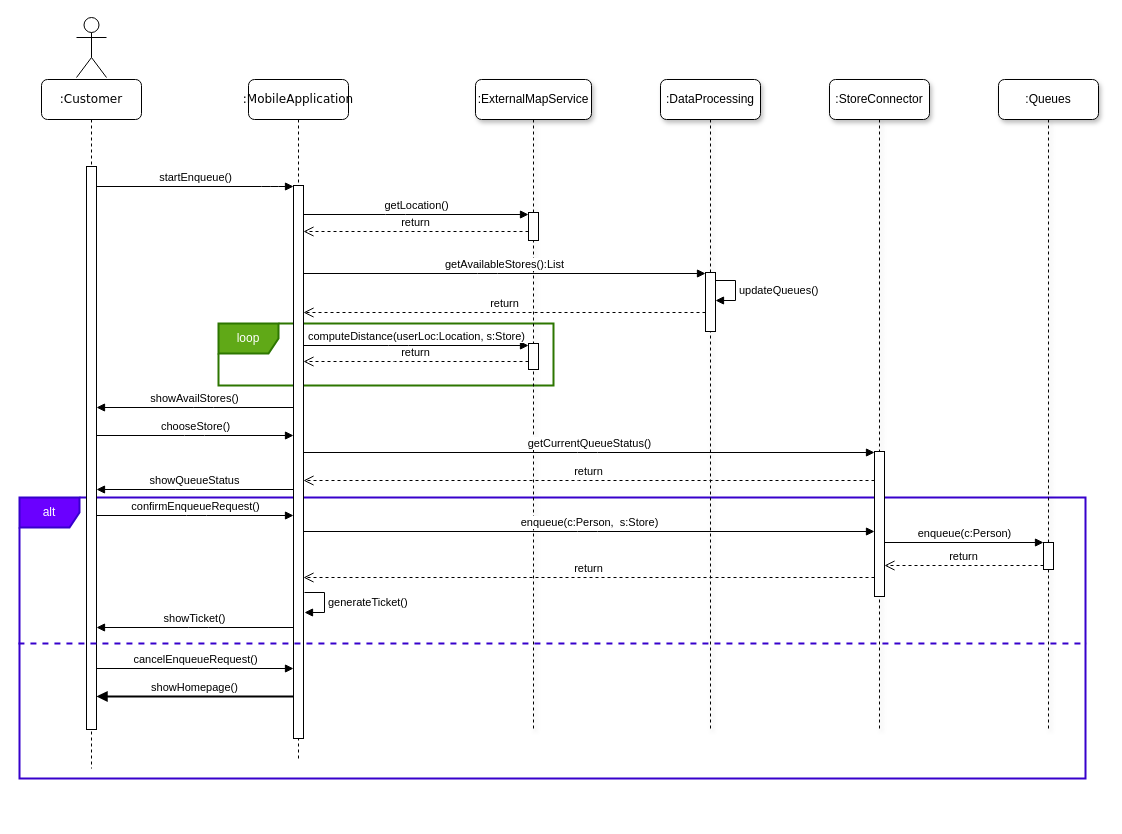
This is Diagrams/Sequence/sequence_customer_enqueue.drawio from pollo-fritto/PozziNeroniVetere, a draw.io file, before an edit. Source tidied: cells renumbered, new cells numbered last; positions are measured from the earlier drawing's top-left corner, leaving out a move shared by most shapes. Both pictures are drawn from the tidied source at 100%, with x=0, y=0 at pixel (19, 17).
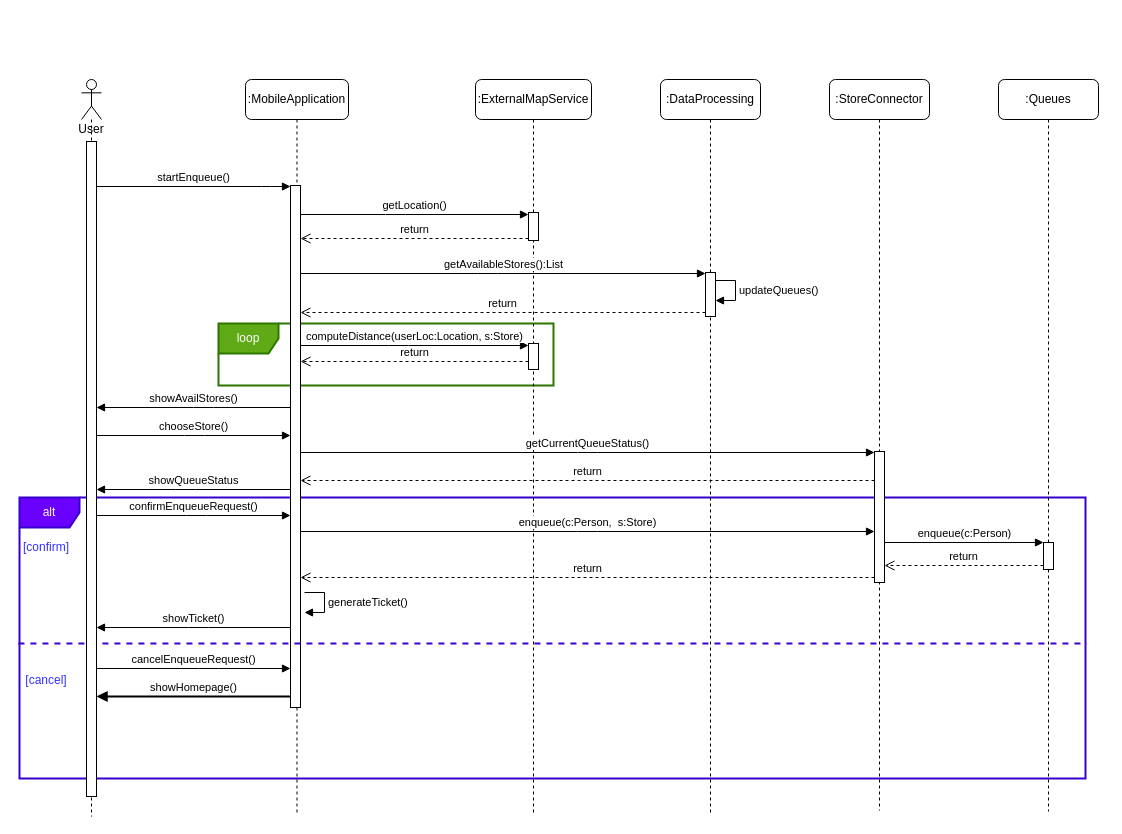
After the change.

Commit message (it also covers changes not shown here):
Sequence diagrams additions, component revision, RASD.sequence.PlanVisit correction

Unchanged cells that the change refers to:
```xml
<mxCell id="18" style="html=1;points=[];perimeter=orthogonalPerimeter;" parent="17" vertex="1">
  <mxGeometry x="53" y="133" width="10" height="28" as="geometry" />
</mxCell>
```

What changed in the source:
```diff
@@
-    <mxCell id="4" value=":MobileApplication" style="shape=umlLifeline;perimeter=lifelinePerimeter;whiteSpace=wrap;html=1;rounded=1;shadow=0;comic=0;labelBackgroundColor=none;strokeWidth=1;fontFamily=Verdana;fontSize=12;align=center;" parent="1" vertex="1">
-      <mxGeometry x="229" y="62" width="100" height="682" as="geometry" />
+    <mxCell id="4" value=":MobileApplication" style="shape=umlLifeline;perimeter=lifelinePerimeter;whiteSpace=wrap;html=1;rounded=1;shadow=0;comic=0;labelBackgroundColor=none;strokeWidth=1;fontFamily=Helvetica;fontSize=12;align=center;" parent="1" vertex="1">
+      <mxGeometry x="226" y="62" width="103" height="734" as="geometry" />
     </mxCell>
     <mxCell id="5" style="html=1;points=[];perimeter=orthogonalPerimeter;rounded=0;shadow=0;comic=0;labelBackgroundColor=none;strokeWidth=1;fontFamily=Verdana;fontSize=12;align=center;" parent="4" vertex="1">
-      <mxGeometry x="45" y="106" width="10" height="553" as="geometry" />
+      <mxGeometry x="45" y="106" width="10" height="522" as="geometry" />
     </mxCell>
-    <mxCell id="6" value=":Customer" style="shape=umlLifeline;perimeter=lifelinePerimeter;whiteSpace=wrap;html=1;rounded=1;shadow=0;comic=0;labelBackgroundColor=none;strokeWidth=1;fontFamily=Verdana;fontSize=12;align=center;" parent="1" vertex="1">
-      <mxGeometry x="22" y="62" width="100" height="689" as="geometry" />
-    </mxCell>
-    <mxCell id="7" style="html=1;points=[];perimeter=orthogonalPerimeter;rounded=0;shadow=0;comic=0;labelBackgroundColor=none;strokeWidth=1;fontFamily=Verdana;fontSize=12;align=center;" parent="6" vertex="1">
-      <mxGeometry x="45" y="87" width="10" height="563" as="geometry" />
-    </mxCell>
-    <mxCell id="8" style="shape=umlActor;verticalLabelPosition=bottom;verticalAlign=top;html=1;" parent="1" vertex="1">
-      <mxGeometry x="57" width="30" height="60" as="geometry" />
-    </mxCell>
-    <mxCell id="9" value=":DataProcessing" style="shape=umlLifeline;perimeter=lifelinePerimeter;whiteSpace=wrap;html=1;rounded=1;shadow=1;glass=0;sketch=0;" parent="1" vertex="1">
-      <mxGeometry x="641" y="62" width="100" height="650" as="geometry" />
+    <mxCell id="9" value=":DataProcessing" style="shape=umlLifeline;perimeter=lifelinePerimeter;whiteSpace=wrap;html=1;rounded=1;shadow=0;glass=0;sketch=0;" parent="1" vertex="1">
+      <mxGeometry x="641" y="62" width="100" height="733" as="geometry" />
     </mxCell>
     <mxCell id="10" style="html=1;points=[];perimeter=orthogonalPerimeter;" parent="9" vertex="1">
-      <mxGeometry x="45" y="193" width="10" height="59" as="geometry" />
+      <mxGeometry x="45" y="193" width="10" height="44" as="geometry" />
     </mxCell>
@@
-    <mxCell id="12" value=":StoreConnector" style="shape=umlLifeline;perimeter=lifelinePerimeter;whiteSpace=wrap;html=1;rounded=1;shadow=1;glass=0;sketch=0;" parent="1" vertex="1">
-      <mxGeometry x="810" y="62" width="100" height="651" as="geometry" />
+    <mxCell id="12" value=":StoreConnector" style="shape=umlLifeline;perimeter=lifelinePerimeter;whiteSpace=wrap;html=1;rounded=1;shadow=0;glass=0;sketch=0;" parent="1" vertex="1">
+      <mxGeometry x="810" y="62" width="100" height="731" as="geometry" />
     </mxCell>
     <mxCell id="13" style="html=1;points=[];perimeter=orthogonalPerimeter;" parent="12" vertex="1">
-      <mxGeometry x="45" y="372" width="10" height="145" as="geometry" />
+      <mxGeometry x="45" y="372" width="10" height="131" as="geometry" />
     </mxCell>
-    <mxCell id="14" value="startEnqueue()" style="html=1;verticalAlign=bottom;endArrow=block;" parent="1" edge="1" source="7" target="5">
+    <mxCell id="14" value="startEnqueue()" style="html=1;verticalAlign=bottom;endArrow=block;" parent="1" edge="1" target="5">
       <mxGeometry relative="1" as="geometry">
+        <mxPoint x="77" y="169" as="sourcePoint" />
         <Array as="points">
           <mxPoint x="252" y="169" />
         </Array>
       </mxGeometry>
     </mxCell>
-    <mxCell id="15" value=":Queues" style="shape=umlLifeline;perimeter=lifelinePerimeter;whiteSpace=wrap;html=1;rounded=1;shadow=1;glass=0;sketch=0;" parent="1" vertex="1">
-      <mxGeometry x="979" y="62" width="100" height="650" as="geometry" />
+    <mxCell id="15" value=":Queues" style="shape=umlLifeline;perimeter=lifelinePerimeter;whiteSpace=wrap;html=1;rounded=1;shadow=0;glass=0;sketch=0;" parent="1" vertex="1">
+      <mxGeometry x="979" y="62" width="100" height="732" as="geometry" />
     </mxCell>
@@
-    <mxCell id="17" value=":ExternalMapService" style="shape=umlLifeline;perimeter=lifelinePerimeter;whiteSpace=wrap;html=1;rounded=1;shadow=1;glass=0;sketch=0;" parent="1" vertex="1">
-      <mxGeometry x="456" y="62" width="116" height="650" as="geometry" />
+    <mxCell id="17" value=":ExternalMapService" style="shape=umlLifeline;perimeter=lifelinePerimeter;whiteSpace=wrap;html=1;rounded=1;shadow=0;glass=0;sketch=0;" parent="1" vertex="1">
+      <mxGeometry x="456" y="62" width="116" height="734" as="geometry" />
     </mxCell>
@@
-    <mxCell id="20" value="showAvailStores()" style="html=1;verticalAlign=bottom;endArrow=block;" parent="1" edge="1" source="5" target="7">
+    <mxCell id="20" value="showAvailStores()" style="html=1;verticalAlign=bottom;endArrow=block;" parent="1" edge="1" source="5">
       <mxGeometry relative="1" as="geometry">
+        <mxPoint x="77" y="390" as="targetPoint" />
         <Array as="points">
           <mxPoint x="184" y="390" />
         </Array>
       </mxGeometry>
     </mxCell>
@@
     <mxCell id="22" value="return" style="html=1;verticalAlign=bottom;endArrow=open;dashed=1;endSize=8;" parent="1" edge="1" source="18" target="5">
       <mxGeometry relative="1" as="geometry">
         <Array as="points">
-          <mxPoint x="376" y="214" />
+          <mxPoint x="376" y="221" />
         </Array>
       </mxGeometry>
     </mxCell>
@@
-    <mxCell id="27" value="chooseStore()" style="html=1;verticalAlign=bottom;endArrow=block;" parent="1" edge="1" source="7" target="5">
+    <mxCell id="27" value="chooseStore()" style="html=1;verticalAlign=bottom;endArrow=block;" parent="1" edge="1" target="5">
       <mxGeometry relative="1" as="geometry">
+        <mxPoint x="77" y="418" as="sourcePoint" />
         <Array as="points">
           <mxPoint x="175" y="418" />
         </Array>
       </mxGeometry>
     </mxCell>
@@
-    <mxCell id="32" value="showQueueStatus" style="html=1;verticalAlign=bottom;endArrow=block;" parent="1" edge="1" source="5" target="7">
+    <mxCell id="32" value="showQueueStatus" style="html=1;verticalAlign=bottom;endArrow=block;" parent="1" edge="1" source="5">
       <mxGeometry relative="1" as="geometry">
+        <mxPoint x="77" y="472" as="targetPoint" />
         <Array as="points">
           <mxPoint x="166" y="472" />
         </Array>
       </mxGeometry>
     </mxCell>
@@
-    <mxCell id="36" value="confirmEnqueueRequest()" style="html=1;verticalAlign=bottom;endArrow=block;" parent="1" edge="1" source="7" target="5">
+    <mxCell id="36" value="confirmEnqueueRequest()" style="html=1;verticalAlign=bottom;endArrow=block;" parent="1" edge="1" target="5">
       <mxGeometry relative="1" as="geometry">
+        <mxPoint x="77" y="498" as="sourcePoint" />
         <Array as="points">
           <mxPoint x="177" y="498" />
         </Array>
       </mxGeometry>
     </mxCell>
-    <mxCell id="37" value="showTicket()" style="html=1;verticalAlign=bottom;endArrow=block;" parent="1" edge="1" source="5" target="7">
+    <mxCell id="37" value="showTicket()" style="html=1;verticalAlign=bottom;endArrow=block;" parent="1" edge="1" source="5">
       <mxGeometry relative="1" as="geometry">
+        <mxPoint x="77" y="610" as="targetPoint" />
         <Array as="points">
           <mxPoint x="179" y="610" />
         </Array>
       </mxGeometry>
     </mxCell>
-    <mxCell id="38" value="cancelEnqueueRequest()" style="html=1;verticalAlign=bottom;endArrow=block;" parent="1" edge="1" source="7" target="5">
+    <mxCell id="38" value="cancelEnqueueRequest()" style="html=1;verticalAlign=bottom;endArrow=block;" parent="1" edge="1" target="5">
       <mxGeometry relative="1" as="geometry">
+        <mxPoint x="77" y="651" as="sourcePoint" />
         <Array as="points">
           <mxPoint x="189" y="651" />
         </Array>
       </mxGeometry>
     </mxCell>
@@
-    <mxCell id="40" value="showHomepage()" style="html=1;verticalAlign=bottom;endArrow=block;strokeWidth=2;" parent="1" edge="1" source="5" target="7">
+    <mxCell id="40" value="showHomepage()" style="html=1;verticalAlign=bottom;endArrow=block;strokeWidth=2;" parent="1" edge="1" source="5">
       <mxGeometry relative="1" as="geometry">
+        <mxPoint x="77" y="679" as="targetPoint" />
         <Array as="points">
           <mxPoint x="179" y="679" />
         </Array>
       </mxGeometry>
     </mxCell>
+    <mxCell id="41" value="[confirm]" style="text;html=1;strokeColor=none;fillColor=none;align=center;verticalAlign=middle;whiteSpace=wrap;rounded=0;shadow=0;fontFamily=Helvetica;fontColor=#3333FF;" parent="1" vertex="1">
+      <mxGeometry x="7" y="520" width="40" height="20" as="geometry" />
+    </mxCell>
+    <mxCell id="42" value="[cancel]" style="text;html=1;strokeColor=none;fillColor=none;align=center;verticalAlign=middle;whiteSpace=wrap;rounded=0;shadow=0;fontFamily=Helvetica;fontColor=#3333FF;" parent="1" vertex="1">
+      <mxGeometry x="7" y="653" width="40" height="20" as="geometry" />
+    </mxCell>
+    <mxCell id="43" value="User" style="shape=umlLifeline;participant=umlActor;perimeter=lifelinePerimeter;whiteSpace=wrap;html=1;verticalAlign=top;spacingTop=36;" parent="1" vertex="1">
+      <mxGeometry x="62" y="62" width="20" height="737" as="geometry" />
+    </mxCell>
+    <mxCell id="44" style="html=1;perimeter=orthogonalPerimeter;" parent="43" vertex="1">
+      <mxGeometry x="5" y="62" width="10" height="655" as="geometry" />
+    </mxCell>
```
